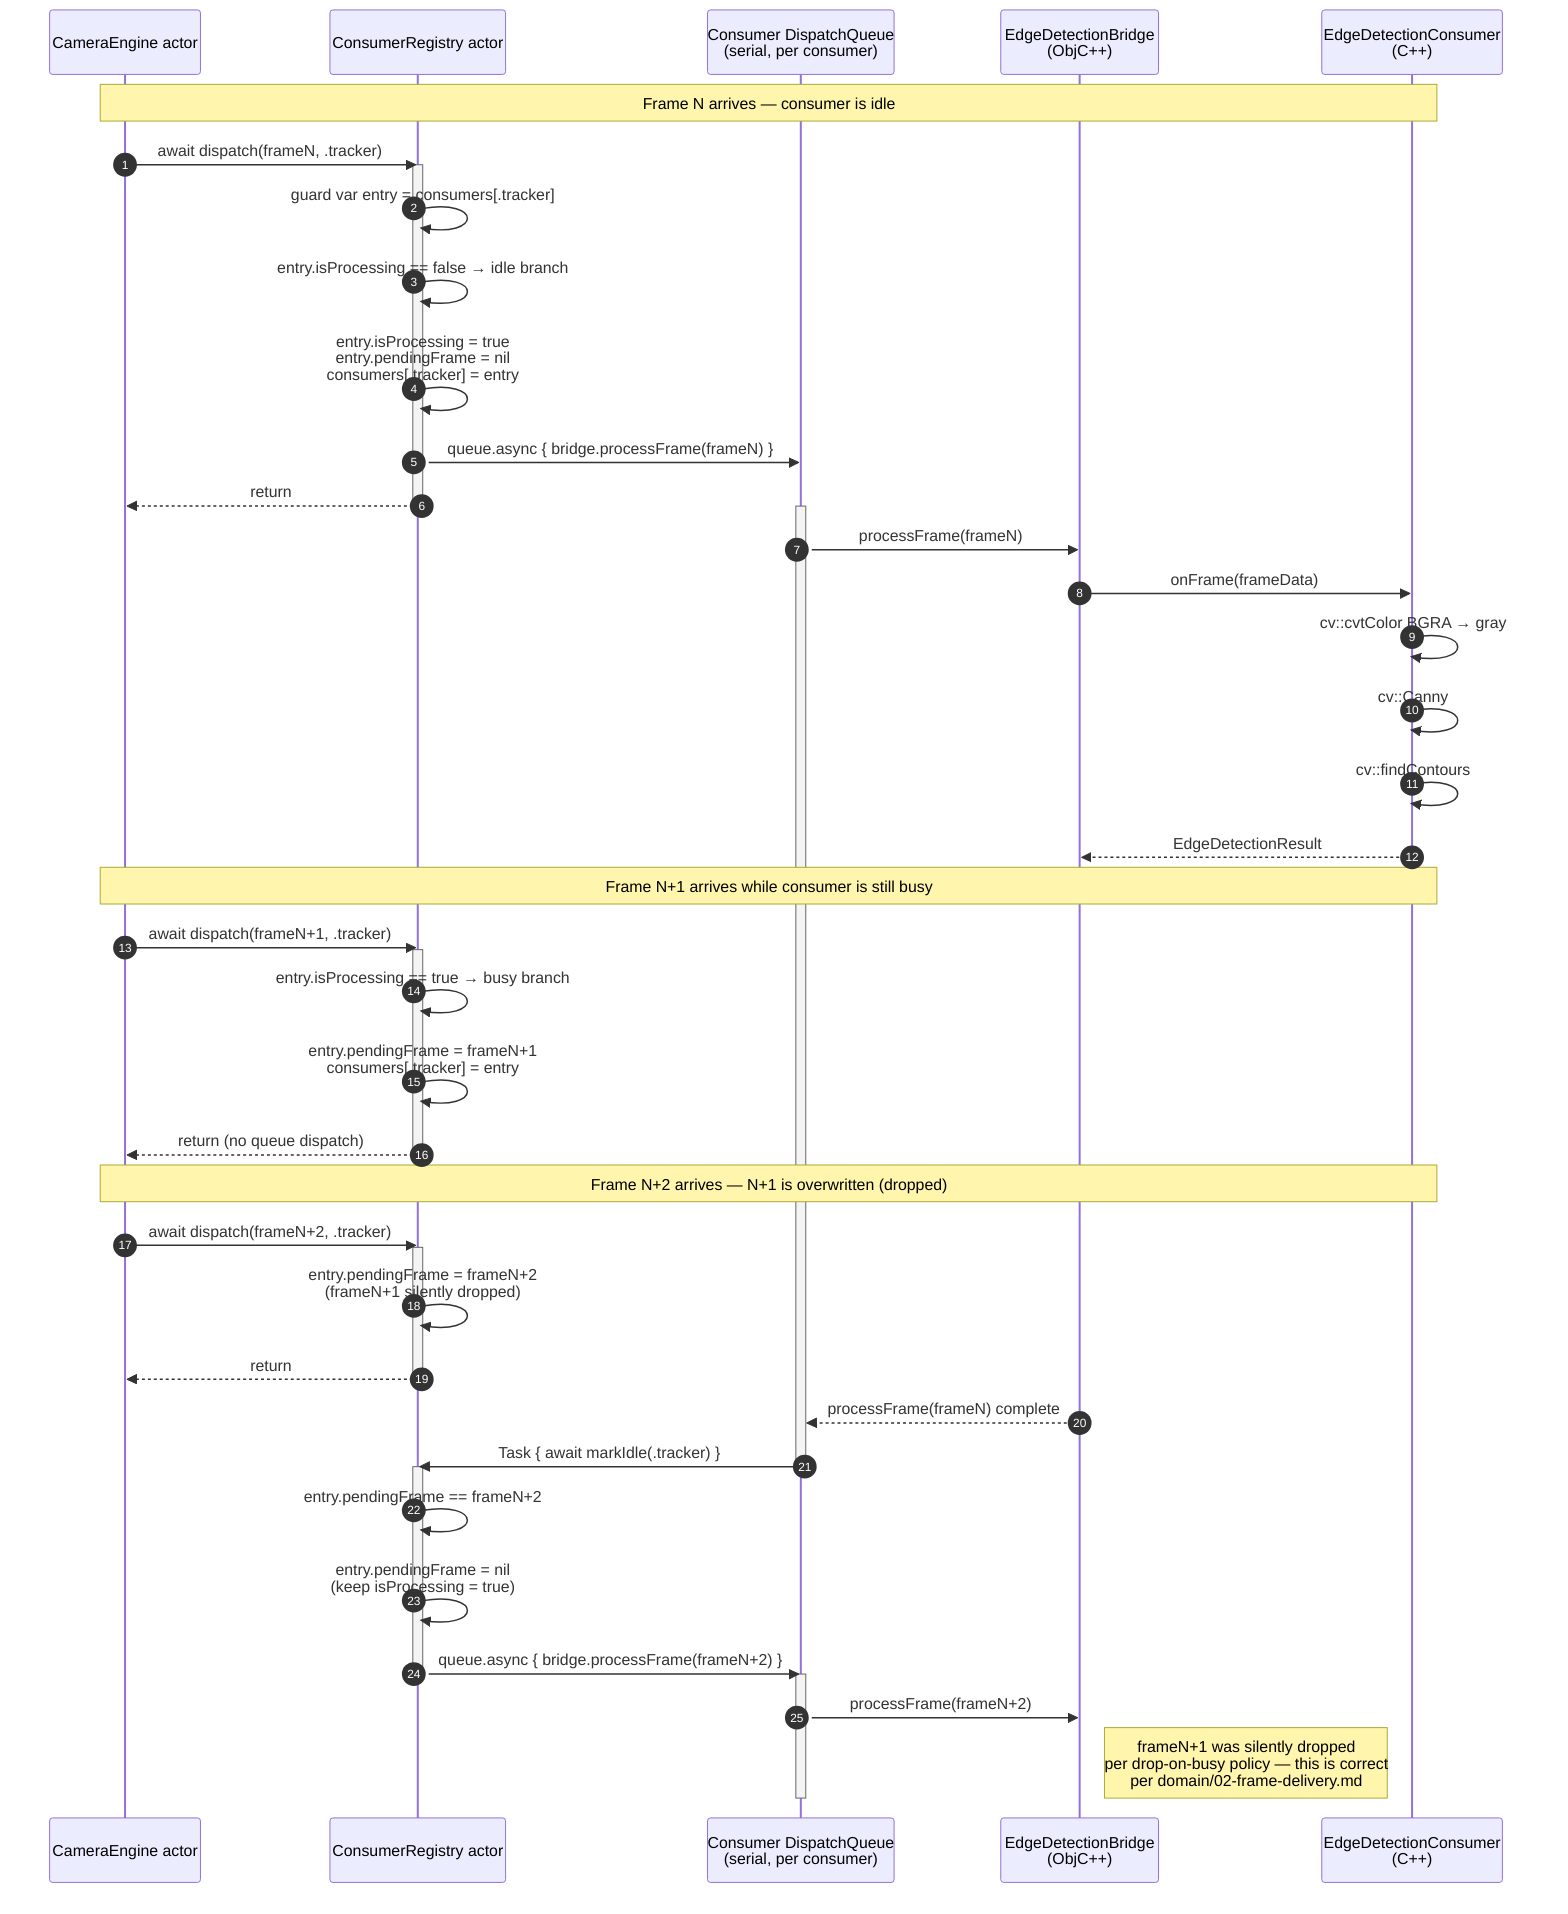
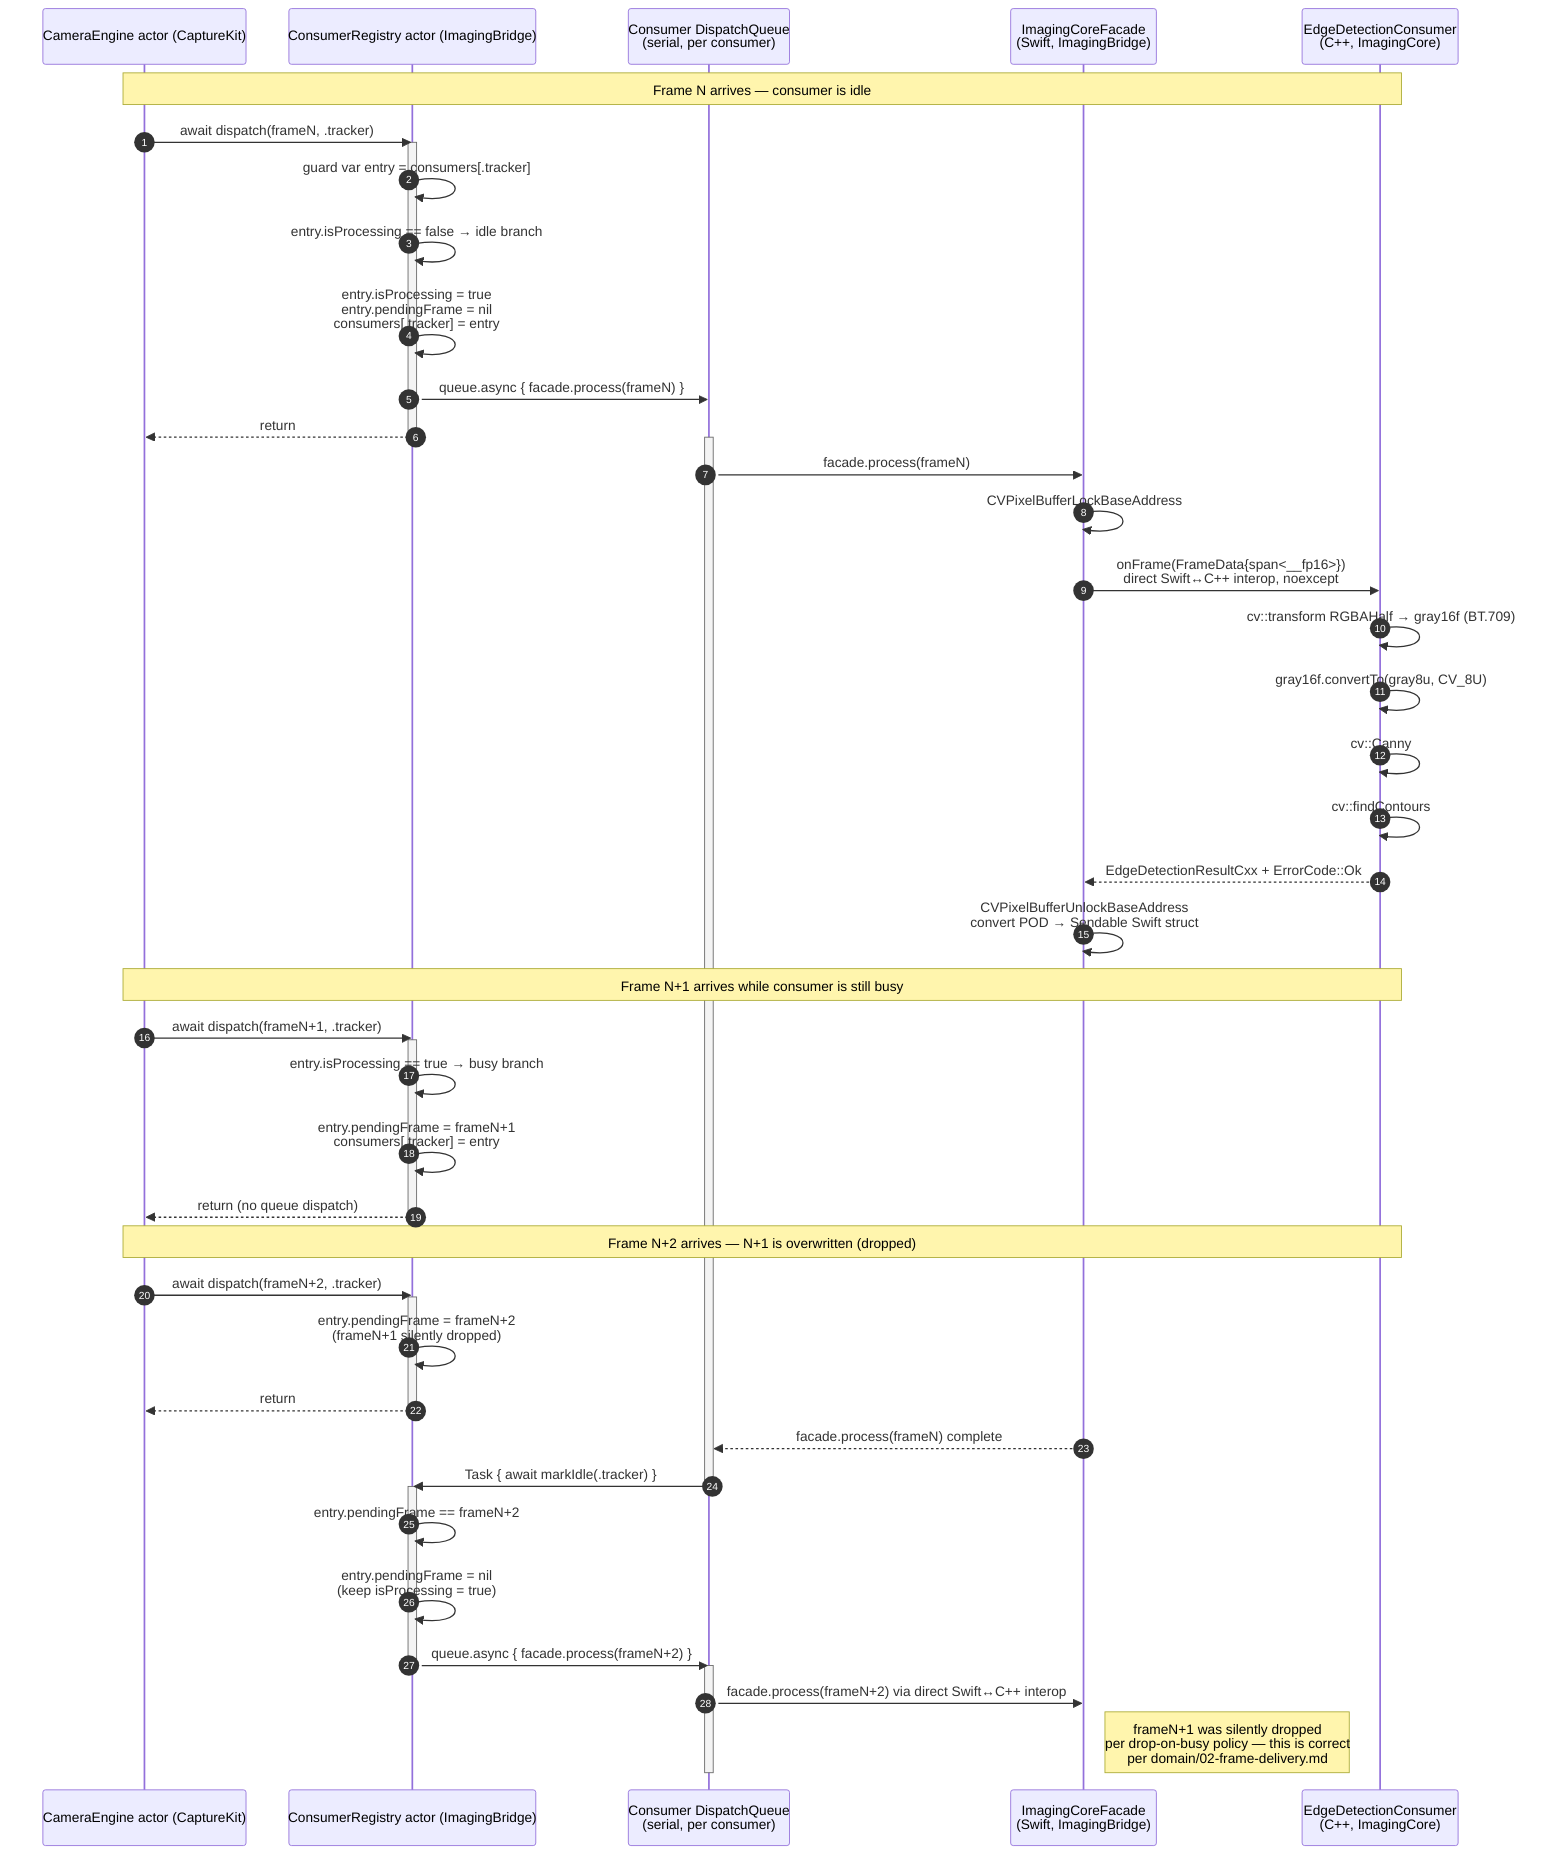
sequenceDiagram
    autonumber
-     participant CE as CameraEngine actor
-     participant CR as ConsumerRegistry actor
+     participant CE as CameraEngine actor (CaptureKit)
+     participant CR as ConsumerRegistry actor (ImagingBridge)
    participant CQ as Consumer DispatchQueue<br/>(serial, per consumer)
-     participant BR as EdgeDetectionBridge<br/>(ObjC++)
-     participant CPP as EdgeDetectionConsumer<br/>(C++)
+     participant BR as ImagingCoreFacade<br/>(Swift, ImagingBridge)
+     participant CPP as EdgeDetectionConsumer<br/>(C++, ImagingCore)

    Note over CE,CPP: Frame N arrives — consumer is idle

    CE->>CR: await dispatch(frameN, .tracker)
    activate CR
    CR->>CR: guard var entry = consumers[.tracker]
    CR->>CR: entry.isProcessing == false → idle branch
    CR->>CR: entry.isProcessing = true<br/>entry.pendingFrame = nil<br/>consumers[.tracker] = entry
-     CR->>CQ: queue.async { bridge.processFrame(frameN) }
+     CR->>CQ: queue.async { facade.process(frameN) }
    CR-->>CE: return
    deactivate CR

    activate CQ
-     CQ->>BR: processFrame(frameN)
-     BR->>CPP: onFrame(frameData)
-     CPP->>CPP: cv::cvtColor BGRA → gray
+     CQ->>BR: facade.process(frameN)
+     BR->>BR: CVPixelBufferLockBaseAddress
+     BR->>CPP: onFrame(FrameData{span<__fp16>})<br/>direct Swift↔C++ interop, noexcept
+     CPP->>CPP: cv::transform RGBAHalf → gray16f (BT.709)
+     CPP->>CPP: gray16f.convertTo(gray8u, CV_8U)
    CPP->>CPP: cv::Canny
    CPP->>CPP: cv::findContours
-     CPP-->>BR: EdgeDetectionResult
+     CPP-->>BR: EdgeDetectionResultCxx + ErrorCode::Ok
+     BR->>BR: CVPixelBufferUnlockBaseAddress<br/>convert POD → Sendable Swift struct

    Note over CE,CPP: Frame N+1 arrives while consumer is still busy
    CE->>CR: await dispatch(frameN+1, .tracker)
    activate CR
    CR->>CR: entry.isProcessing == true → busy branch
    CR->>CR: entry.pendingFrame = frameN+1<br/>consumers[.tracker] = entry
    CR-->>CE: return (no queue dispatch)
    deactivate CR

    Note over CE,CPP: Frame N+2 arrives — N+1 is overwritten (dropped)
    CE->>CR: await dispatch(frameN+2, .tracker)
    activate CR
    CR->>CR: entry.pendingFrame = frameN+2<br/>(frameN+1 silently dropped)
    CR-->>CE: return
    deactivate CR

-     BR-->>CQ: processFrame(frameN) complete
+     BR-->>CQ: facade.process(frameN) complete
    CQ->>CR: Task { await markIdle(.tracker) }
    deactivate CQ

    activate CR
    CR->>CR: entry.pendingFrame == frameN+2
    CR->>CR: entry.pendingFrame = nil<br/>(keep isProcessing = true)
-     CR->>CQ: queue.async { bridge.processFrame(frameN+2) }
+     CR->>CQ: queue.async { facade.process(frameN+2) }
    deactivate CR

    activate CQ
-     CQ->>BR: processFrame(frameN+2)
+     CQ->>BR: facade.process(frameN+2) via direct Swift↔C++ interop
    Note right of BR: frameN+1 was silently dropped<br/>per drop-on-busy policy — this is correct<br/>per domain/02-frame-delivery.md
    deactivate CQ
